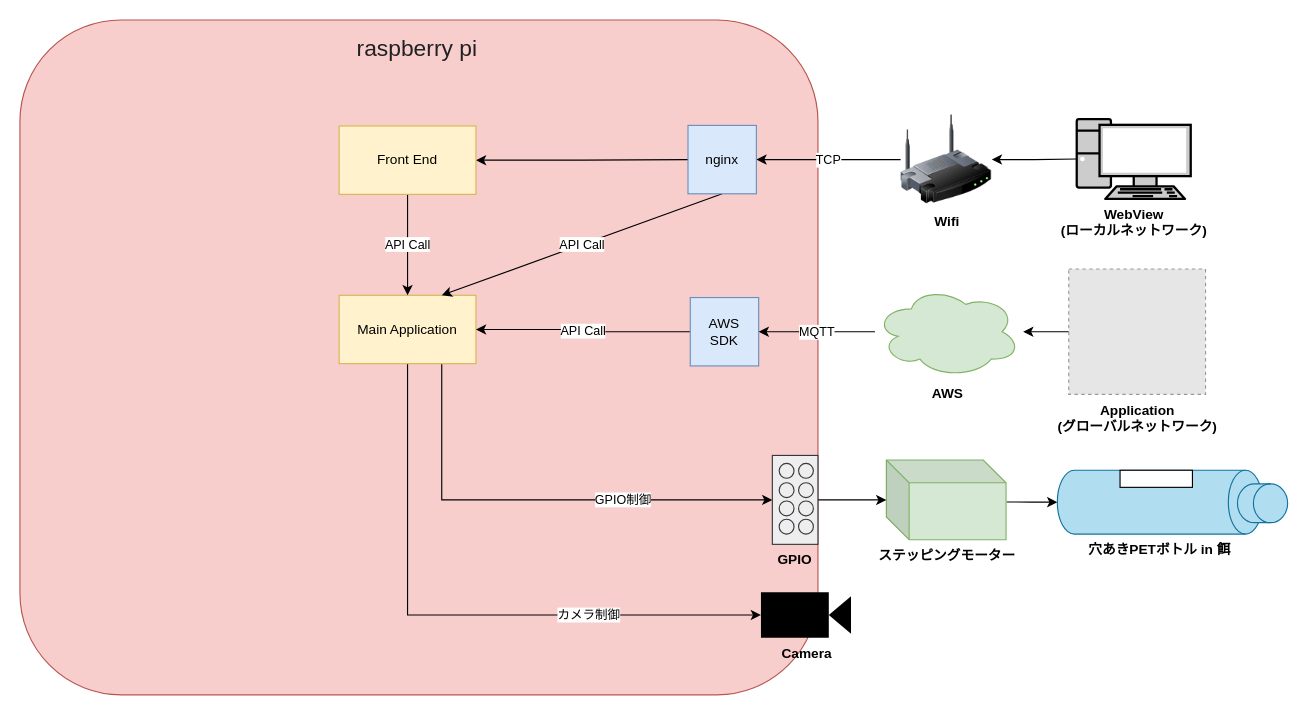
Before: doc/design/autofeeder_システム構成図.drawio in dev-hideki/AutoFeeder, a draw.io diagram. Source tidied: cells renumbered, new cells numbered last; positions are measured from the earlier drawing's top-left corner, leaving out a move shared by most shapes. Both pictures are drawn from the tidied source at 114%, with x=0, y=0 at pixel (19, 19). Pictures stored in the file or linked from it are replaced by grey dashed boxes.
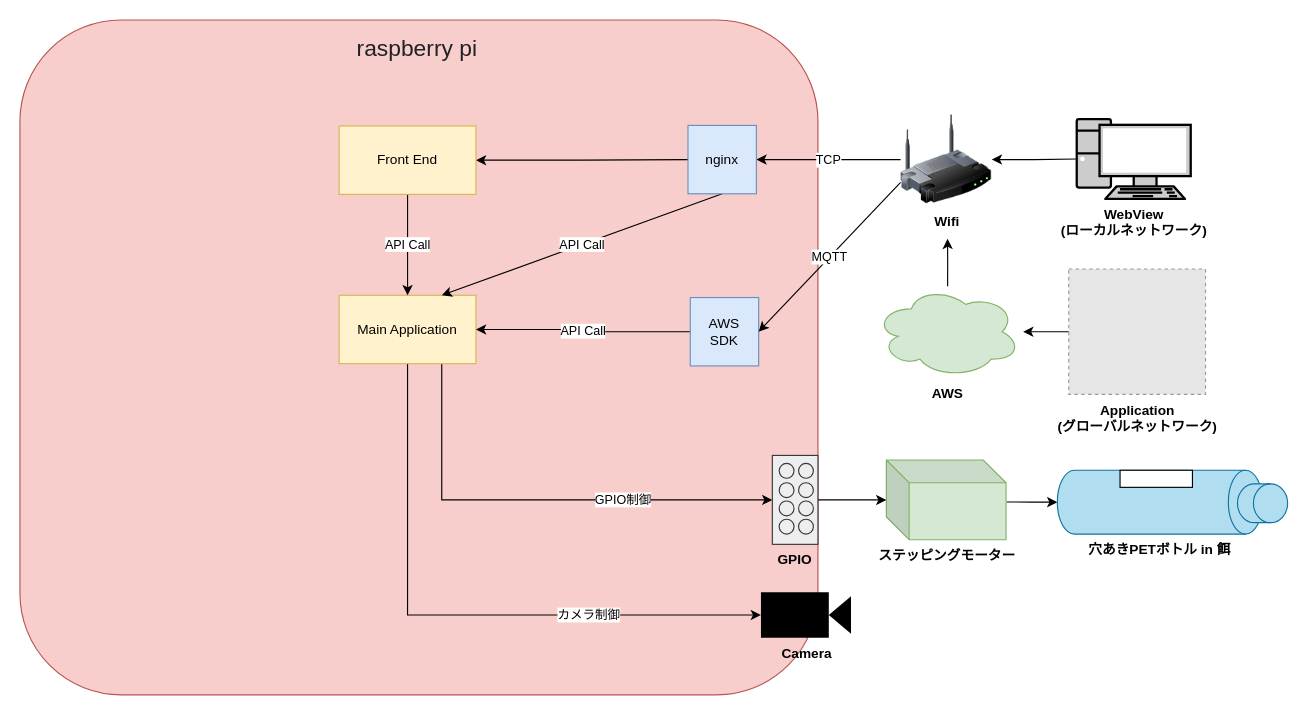
After the change.

Unchanged cells that the change refers to:
```xml
<mxCell id="18" value="&lt;b&gt;Wifi&lt;/b&gt;" style="image;html=1;image=img/lib/clip_art/networking/Wireless_Router_128x128.png;" parent="1" vertex="1">
  <mxGeometry x="772.5" y="82.5" width="80" height="80" as="geometry" />
</mxCell>
<mxCell id="20" value="AWS&lt;br&gt;SDK" style="rounded=0;whiteSpace=wrap;html=1;fillColor=#dae8fc;strokeColor=#6c8ebf;" parent="1" vertex="1">
  <mxGeometry x="588" y="243.5" width="60" height="60" as="geometry" />
</mxCell>
<mxCell id="22" value="AWS" style="ellipse;shape=cloud;whiteSpace=wrap;html=1;fillColor=#d5e8d4;strokeColor=#82b366;fontStyle=1;verticalAlign=top;labelPosition=center;verticalLabelPosition=bottom;align=center;" parent="1" vertex="1">
  <mxGeometry x="750" y="233.5" width="127.5" height="80" as="geometry" />
</mxCell>
```

What changed in the source:
```diff
@@
-    <mxCell id="21" value="MQTT" style="edgeStyle=orthogonalEdgeStyle;rounded=0;jettySize=auto;html=1;entryX=1;entryY=0.5;entryDx=0;entryDy=0;" parent="1" edge="1" source="22" target="20">
+    <mxCell id="21" value="MQTT" style="rounded=0;jettySize=auto;html=1;entryX=1;entryY=0.5;entryDx=0;entryDy=0;exitX=0;exitY=0.75;exitDx=0;exitDy=0;" parent="1" edge="1" source="18" target="20">
       <mxGeometry relative="1" as="geometry" />
     </mxCell>
+    <mxCell id="38" style="edgeStyle=orthogonalEdgeStyle;rounded=0;jettySize=auto;html=1;" parent="1" edge="1" source="22">
+      <mxGeometry relative="1" as="geometry">
+        <mxPoint x="813.7" y="192" as="targetPoint" />
+      </mxGeometry>
+    </mxCell>
```
